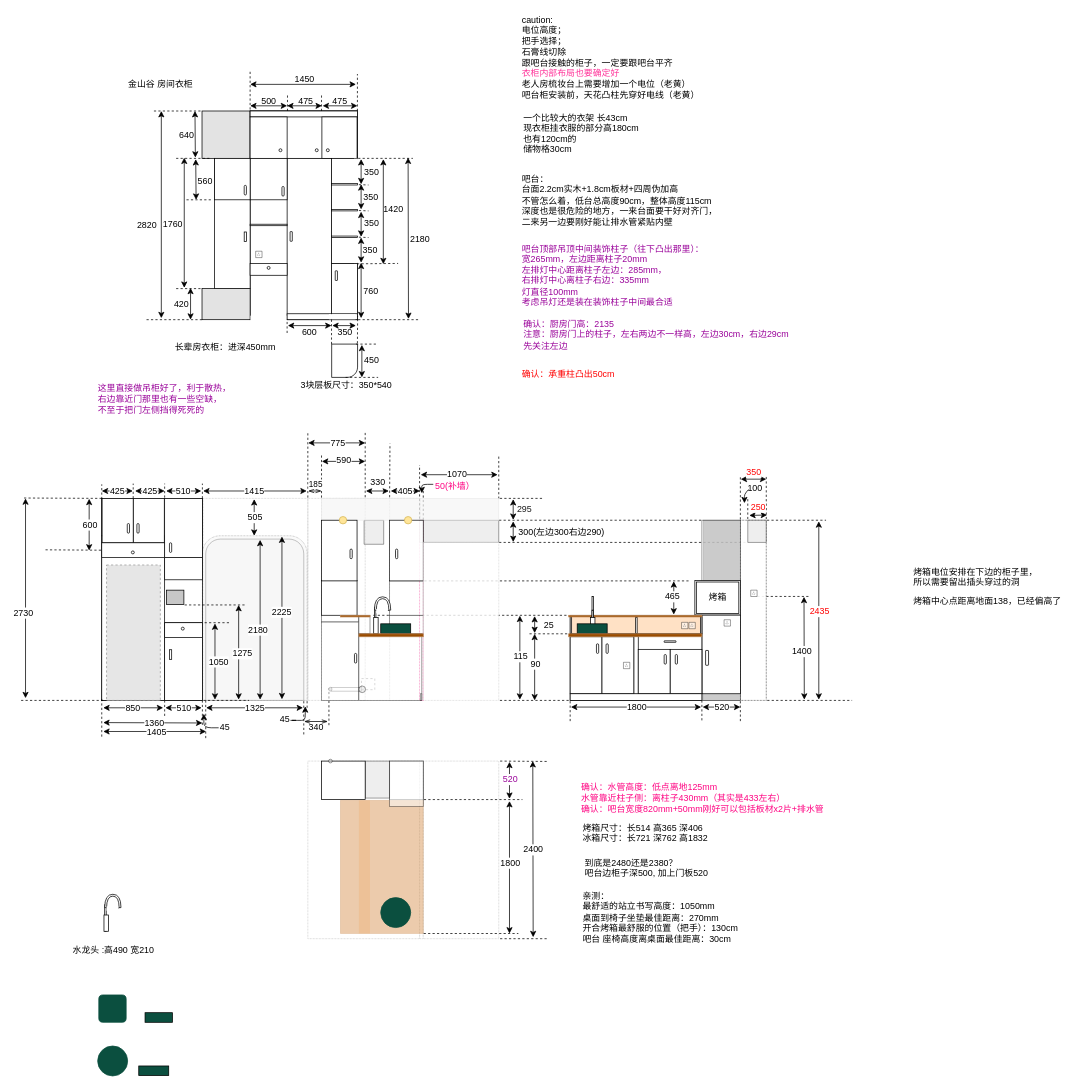
This is page "Page-1" (1 of 2) of result/装修图07170617.drawio from Soffiaa/getTitles, a draw.io file, before an edit. Source tidied: cells renumbered, new cells numbered last; positions are measured from the earlier drawing's top-left corner, leaving out a move shared by most shapes. Both pictures are drawn from the tidied source at 74%, with x=0, y=0 at pixel (21, 13). Pictures stored in the file or linked from it are replaced by grey dashed boxes.
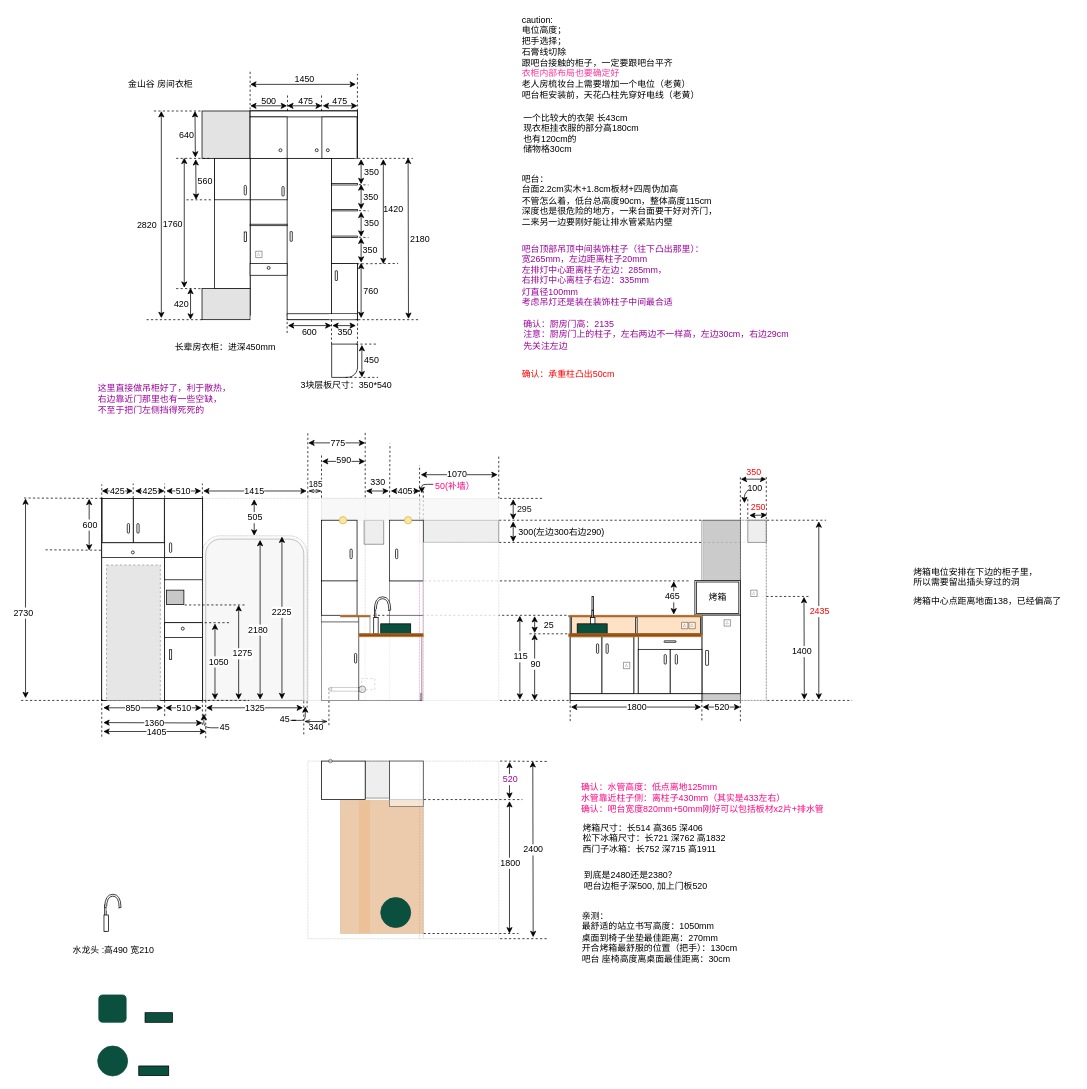
Above is the later version.

Change to the diagram source:
```diff
@@
     <mxCell id="142" value="亲测：&lt;br&gt;最舒适的站立书写高度：1050mm&lt;br&gt;桌面到椅子坐垫最佳距离：270mm&lt;br&gt;开合烤箱最舒服的位置（把手）：130cm&lt;br&gt;吧台 座椅高度离桌面最佳距离：30cm" style="text;html=1;align=left;verticalAlign=top;spacingTop=-4;" parent="1" vertex="1">
-      <mxGeometry x="757" y="1184" width="230" height="70" as="geometry" />
+      <mxGeometry x="755.5" y="1211" width="230" height="70" as="geometry" />
     </mxCell>
@@
     <mxCell id="204" value="到底是2480还是2380？&lt;br&gt;吧台边柜子深500, 加上门板520" style="text;html=1;align=left;verticalAlign=top;spacingTop=-4;" parent="1" vertex="1">
-      <mxGeometry x="760" y="1139" width="180" height="30" as="geometry" />
+      <mxGeometry x="759" y="1156" width="180" height="30" as="geometry" />
     </mxCell>
@@
-    <mxCell id="206" value="烤箱尺寸：长514 高365 深406&lt;br&gt;冰箱尺寸：长721 深762 高1832" style="text;html=1;align=left;verticalAlign=top;spacingTop=-4;" parent="1" vertex="1">
-      <mxGeometry x="757" y="1092" width="190" height="30" as="geometry" />
+    <mxCell id="206" value="烤箱尺寸：长514 高365 深406&lt;br&gt;松下冰箱尺寸：长721 深762 高1832&lt;br&gt;西门子冰箱：长752 深715 高1911" style="text;html=1;align=left;verticalAlign=top;spacingTop=-4;" parent="1" vertex="1">
+      <mxGeometry x="757" y="1092" width="210" height="40" as="geometry" />
     </mxCell>
```
